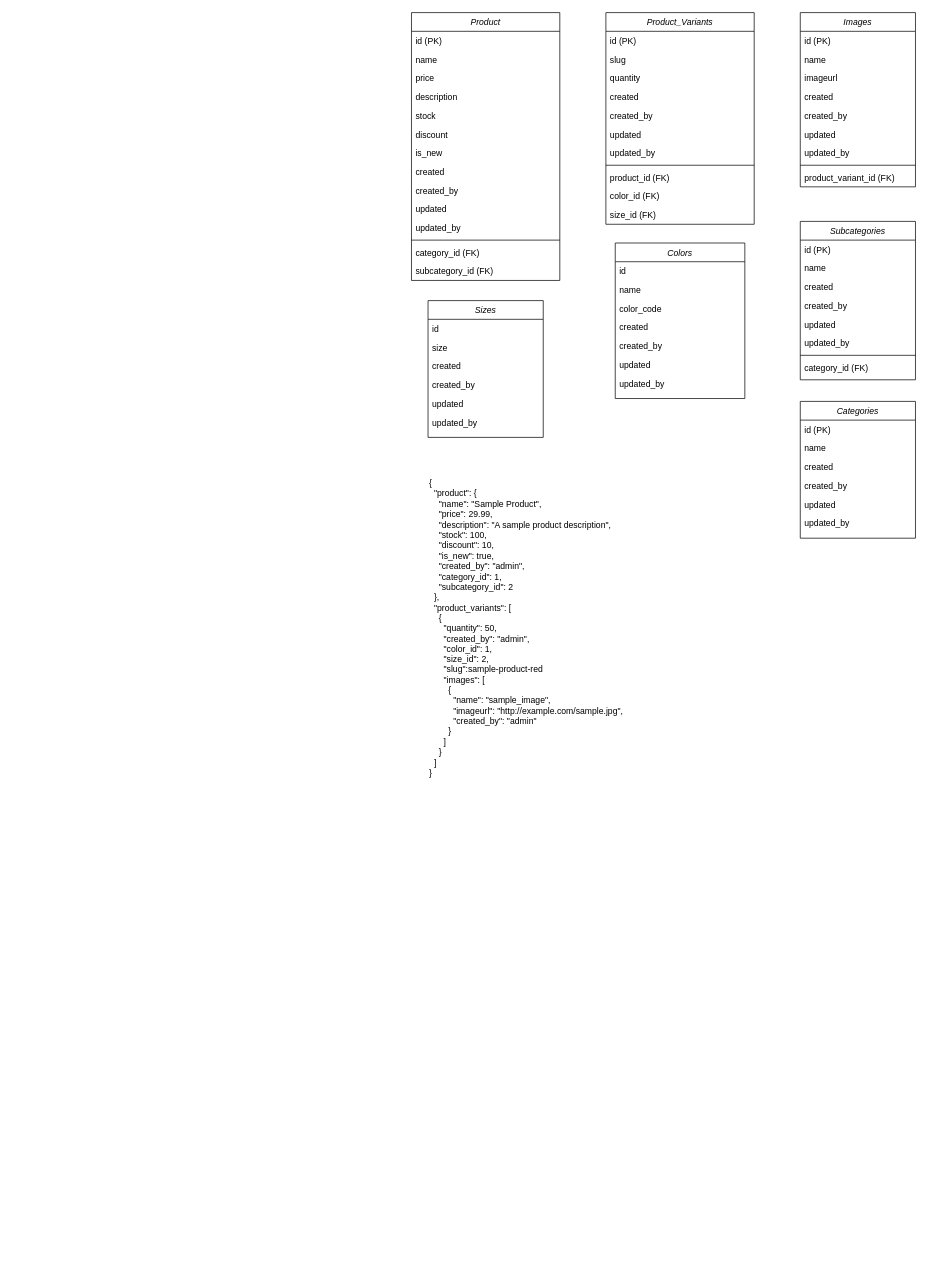
Above: page "Product Entity Diagram" (1 of 3) of winniesDB-entitydia.drawio in Aung200/winniesgbF (draw.io), before the change. Source tidied: cells renumbered, new cells numbered last; positions are measured from the earlier drawing's top-left corner, leaving out a move shared by most shapes. Both pictures are drawn from the tidied source at 72%, with x=0, y=0 at pixel (411, 12).
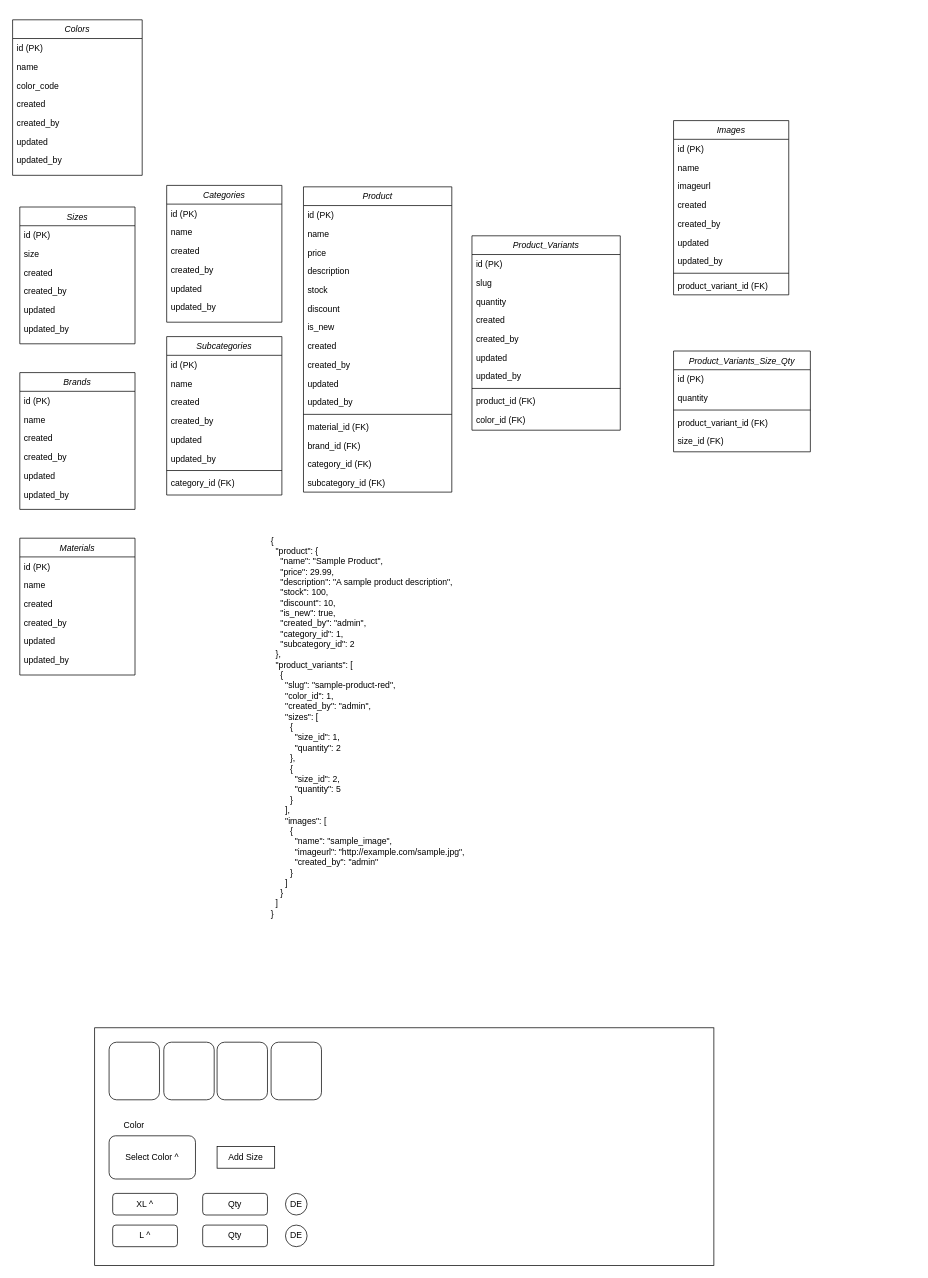
The same diagram, later.

What changed in the source:
```diff
@@
     <mxCell id="2" value="Product" style="swimlane;fontStyle=2;align=center;verticalAlign=top;horizontal=1;startSize=26;rounded=0;shadow=0;strokeWidth=1;" parent="1" vertex="1">
-      <mxGeometry width="206" height="372" as="geometry" />
+      <mxGeometry x="-150" y="242" width="206" height="424" as="geometry" />
     </mxCell>
@@
+    <mxCell id="71" value="material_id (FK)" style="text;align=left;verticalAlign=top;spacingLeft=4;spacingRight=4;overflow=hidden;rounded=0;shadow=0;html=0;" parent="2" vertex="1">
+      <mxGeometry y="320" width="206" height="26" as="geometry" />
+    </mxCell>
+    <mxCell id="72" value="brand_id (FK)" style="text;align=left;verticalAlign=top;spacingLeft=4;spacingRight=4;overflow=hidden;rounded=0;shadow=0;html=0;" parent="2" vertex="1">
+      <mxGeometry y="346" width="206" height="26" as="geometry" />
+    </mxCell>
     <mxCell id="15" value="category_id (FK)" style="text;align=left;verticalAlign=top;spacingLeft=4;spacingRight=4;overflow=hidden;" parent="2" vertex="1">
-      <mxGeometry y="320" width="206" height="26" as="geometry" />
+      <mxGeometry y="372" width="206" height="26" as="geometry" />
     </mxCell>
     <mxCell id="16" value="subcategory_id (FK)" style="text;align=left;verticalAlign=top;spacingLeft=4;spacingRight=4;overflow=hidden;" parent="2" vertex="1">
-      <mxGeometry y="346" width="206" height="26" as="geometry" />
+      <mxGeometry y="398" width="206" height="26" as="geometry" />
     </mxCell>
     <mxCell id="17" value="Images" style="swimlane;fontStyle=2;align=center;verticalAlign=top;horizontal=1;startSize=26;rounded=0;shadow=0;strokeWidth=1;" parent="1" vertex="1">
-      <mxGeometry x="540" width="160" height="242" as="geometry" />
+      <mxGeometry x="364" y="150" width="160" height="242" as="geometry" />
     </mxCell>
@@
     <mxCell id="27" value="Sizes" style="swimlane;fontStyle=2;align=center;verticalAlign=top;horizontal=1;startSize=26;rounded=0;shadow=0;strokeWidth=1;" parent="1" vertex="1">
-      <mxGeometry x="23" y="400" width="160" height="190" as="geometry" />
+      <mxGeometry x="-544" y="270" width="160" height="190" as="geometry" />
     </mxCell>
-    <mxCell id="28" value="id" style="text;align=left;verticalAlign=top;spacingLeft=4;spacingRight=4;overflow=hidden;" parent="27" vertex="1">
+    <mxCell id="28" value="id (PK)" style="text;align=left;verticalAlign=top;spacingLeft=4;spacingRight=4;overflow=hidden;" parent="27" vertex="1">
       <mxGeometry y="26" width="160" height="26" as="geometry" />
     </mxCell>
@@
     <mxCell id="34" value="Colors" style="swimlane;fontStyle=2;align=center;verticalAlign=top;horizontal=1;startSize=26;rounded=0;shadow=0;strokeWidth=1;" parent="1" vertex="1">
-      <mxGeometry x="283" y="320" width="180" height="216" as="geometry" />
+      <mxGeometry x="-554" y="10" width="180" height="216" as="geometry" />
     </mxCell>
-    <mxCell id="35" value="id" style="text;align=left;verticalAlign=top;spacingLeft=4;spacingRight=4;overflow=hidden;" parent="34" vertex="1">
+    <mxCell id="35" value="id (PK)" style="text;align=left;verticalAlign=top;spacingLeft=4;spacingRight=4;overflow=hidden;" parent="34" vertex="1">
       <mxGeometry y="26" width="180" height="26" as="geometry" />
     </mxCell>
@@
     <mxCell id="42" value="Categories" style="swimlane;fontStyle=2;align=center;verticalAlign=top;horizontal=1;startSize=26;rounded=0;shadow=0;strokeWidth=1;" parent="1" vertex="1">
-      <mxGeometry x="540" y="540" width="160" height="190" as="geometry" />
+      <mxGeometry x="-340" y="240" width="160" height="190" as="geometry" />
     </mxCell>
@@
     <mxCell id="49" value="Subcategories" style="swimlane;fontStyle=2;align=center;verticalAlign=top;horizontal=1;startSize=26;rounded=0;shadow=0;strokeWidth=1;" parent="1" vertex="1">
-      <mxGeometry x="540" y="290" width="160" height="220" as="geometry" />
+      <mxGeometry x="-340" y="450" width="160" height="220" as="geometry" />
     </mxCell>
@@
     <mxCell id="58" value="Product_Variants" style="swimlane;fontStyle=2;align=center;verticalAlign=top;horizontal=1;startSize=26;rounded=0;shadow=0;strokeWidth=1;" parent="1" vertex="1">
-      <mxGeometry x="270" width="206" height="294" as="geometry" />
+      <mxGeometry x="84" y="310" width="206" height="270" as="geometry" />
     </mxCell>
@@
+    <mxCell id="73" value="Brands" style="swimlane;fontStyle=2;align=center;verticalAlign=top;horizontal=1;startSize=26;rounded=0;shadow=0;strokeWidth=1;" parent="1" vertex="1">
+      <mxGeometry x="-544" y="500" width="160" height="190" as="geometry" />
+    </mxCell>
+    <mxCell id="74" value="id (PK)" style="text;align=left;verticalAlign=top;spacingLeft=4;spacingRight=4;overflow=hidden;" parent="73" vertex="1">
+      <mxGeometry y="26" width="160" height="26" as="geometry" />
+    </mxCell>
+    <mxCell id="75" value="name" style="text;align=left;verticalAlign=top;spacingLeft=4;spacingRight=4;overflow=hidden;rounded=0;shadow=0;html=0;" parent="73" vertex="1">
+      <mxGeometry y="52" width="160" height="26" as="geometry" />
+    </mxCell>
+    <mxCell id="76" value="created" style="text;align=left;verticalAlign=top;spacingLeft=4;spacingRight=4;overflow=hidden;rounded=0;shadow=0;html=0;" parent="73" vertex="1">
+      <mxGeometry y="78" width="160" height="26" as="geometry" />
+    </mxCell>
+    <mxCell id="77" value="created_by" style="text;align=left;verticalAlign=top;spacingLeft=4;spacingRight=4;overflow=hidden;rounded=0;shadow=0;html=0;" parent="73" vertex="1">
+      <mxGeometry y="104" width="160" height="26" as="geometry" />
+    </mxCell>
+    <mxCell id="78" value="updated" style="text;align=left;verticalAlign=top;spacingLeft=4;spacingRight=4;overflow=hidden;rounded=0;shadow=0;html=0;" parent="73" vertex="1">
+      <mxGeometry y="130" width="160" height="26" as="geometry" />
+    </mxCell>
+    <mxCell id="79" value="updated_by" style="text;align=left;verticalAlign=top;spacingLeft=4;spacingRight=4;overflow=hidden;rounded=0;shadow=0;html=0;" parent="73" vertex="1">
+      <mxGeometry y="156" width="160" height="26" as="geometry" />
+    </mxCell>
+    <mxCell id="80" value="Materials" style="swimlane;fontStyle=2;align=center;verticalAlign=top;horizontal=1;startSize=26;rounded=0;shadow=0;strokeWidth=1;" parent="1" vertex="1">
+      <mxGeometry x="-544" y="730" width="160" height="190" as="geometry" />
+    </mxCell>
+    <mxCell id="81" value="id (PK)" style="text;align=left;verticalAlign=top;spacingLeft=4;spacingRight=4;overflow=hidden;" parent="80" vertex="1">
+      <mxGeometry y="26" width="160" height="26" as="geometry" />
+    </mxCell>
+    <mxCell id="82" value="name" style="text;align=left;verticalAlign=top;spacingLeft=4;spacingRight=4;overflow=hidden;rounded=0;shadow=0;html=0;" parent="80" vertex="1">
+      <mxGeometry y="52" width="160" height="26" as="geometry" />
+    </mxCell>
+    <mxCell id="83" value="created" style="text;align=left;verticalAlign=top;spacingLeft=4;spacingRight=4;overflow=hidden;rounded=0;shadow=0;html=0;" parent="80" vertex="1">
+      <mxGeometry y="78" width="160" height="26" as="geometry" />
+    </mxCell>
+    <mxCell id="84" value="created_by" style="text;align=left;verticalAlign=top;spacingLeft=4;spacingRight=4;overflow=hidden;rounded=0;shadow=0;html=0;" parent="80" vertex="1">
+      <mxGeometry y="104" width="160" height="26" as="geometry" />
+    </mxCell>
+    <mxCell id="85" value="updated" style="text;align=left;verticalAlign=top;spacingLeft=4;spacingRight=4;overflow=hidden;rounded=0;shadow=0;html=0;" parent="80" vertex="1">
+      <mxGeometry y="130" width="160" height="26" as="geometry" />
+    </mxCell>
+    <mxCell id="86" value="updated_by" style="text;align=left;verticalAlign=top;spacingLeft=4;spacingRight=4;overflow=hidden;rounded=0;shadow=0;html=0;" parent="80" vertex="1">
+      <mxGeometry y="156" width="160" height="26" as="geometry" />
+    </mxCell>
+    <mxCell id="87" value="Product_Variants_Size_Qty" style="swimlane;fontStyle=2;align=center;verticalAlign=top;horizontal=1;startSize=26;rounded=0;shadow=0;strokeWidth=1;" parent="1" vertex="1">
+      <mxGeometry x="364" y="470" width="190" height="140" as="geometry" />
+    </mxCell>
+    <mxCell id="88" value="id (PK)" style="text;align=left;verticalAlign=top;spacingLeft=4;spacingRight=4;overflow=hidden;" parent="87" vertex="1">
+      <mxGeometry y="26" width="190" height="26" as="geometry" />
+    </mxCell>
+    <mxCell id="89" value="quantity" style="text;align=left;verticalAlign=top;spacingLeft=4;spacingRight=4;overflow=hidden;rounded=0;shadow=0;html=0;" parent="87" vertex="1">
+      <mxGeometry y="52" width="190" height="26" as="geometry" />
+    </mxCell>
+    <mxCell id="90" style="line;html=1;strokeWidth=1;align=left;verticalAlign=middle;spacingTop=-1;spacingLeft=3;spacingRight=3;labelPosition=right;" parent="87" vertex="1">
+      <mxGeometry y="78" width="190" height="8" as="geometry" />
+    </mxCell>
+    <mxCell id="91" value="product_variant_id (FK)" style="text;align=left;verticalAlign=top;spacingLeft=4;spacingRight=4;overflow=hidden;" parent="87" vertex="1">
+      <mxGeometry y="86" width="190" height="26" as="geometry" />
+    </mxCell>
-    <mxCell id="69" value="size_id (FK)" style="text;align=left;verticalAlign=top;spacingLeft=4;spacingRight=4;overflow=hidden;" parent="58" vertex="1">
-      <mxGeometry y="268" width="206" height="26" as="geometry" />
+    <mxCell id="69" value="size_id (FK)" style="text;align=left;verticalAlign=top;spacingLeft=4;spacingRight=4;overflow=hidden;" parent="87" vertex="1">
+      <mxGeometry y="112" width="190" height="26" as="geometry" />
     </mxCell>
-    <mxCell id="70" value="&lt;span&gt;&lt;div class=&quot;scriptor-paragraph&quot;&gt;&lt;span&gt;{&lt;/span&gt;&lt;/div&gt;&lt;div class=&quot;scriptor-paragraph&quot;&gt;&lt;span&gt;&amp;nbsp; &lt;/span&gt;&lt;span&gt;&quot;product&quot;&lt;/span&gt;&lt;span&gt;:&lt;/span&gt;&lt;span&gt; &lt;/span&gt;&lt;span&gt;{&lt;/span&gt;&lt;/div&gt;&lt;div class=&quot;scriptor-paragraph&quot;&gt;&lt;span&gt;&amp;nbsp;&amp;nbsp;&amp;nbsp; &lt;/span&gt;&lt;span&gt;&quot;name&quot;&lt;/span&gt;&lt;span&gt;:&lt;/span&gt;&lt;span&gt; &lt;/span&gt;&lt;span&gt;&quot;Sample Product&quot;&lt;/span&gt;&lt;span&gt;,&lt;/span&gt;&lt;/div&gt;&lt;div class=&quot;scriptor-paragraph&quot;&gt;&lt;span&gt;&amp;nbsp;&amp;nbsp;&amp;nbsp; &lt;/span&gt;&lt;span&gt;&quot;price&quot;&lt;/span&gt;&lt;span&gt;:&lt;/span&gt;&lt;span&gt; &lt;/span&gt;&lt;span&gt;29.99&lt;/span&gt;&lt;span&gt;,&lt;/span&gt;&lt;/div&gt;&lt;div class=&quot;scriptor-paragraph&quot;&gt;&lt;span&gt;&amp;nbsp;&amp;nbsp;&amp;nbsp; &lt;/span&gt;&lt;span&gt;&quot;description&quot;&lt;/span&gt;&lt;span&gt;:&lt;/span&gt;&lt;span&gt; &lt;/span&gt;&lt;span&gt;&quot;A sample product description&quot;&lt;/span&gt;&lt;span&gt;,&lt;/span&gt;&lt;/div&gt;&lt;div class=&quot;scriptor-paragraph&quot;&gt;&lt;span&gt;&amp;nbsp;&amp;nbsp;&amp;nbsp; &lt;/span&gt;&lt;span&gt;&quot;stock&quot;&lt;/span&gt;&lt;span&gt;:&lt;/span&gt;&lt;span&gt; &lt;/span&gt;&lt;span&gt;100&lt;/span&gt;&lt;span&gt;,&lt;/span&gt;&lt;/div&gt;&lt;div class=&quot;scriptor-paragraph&quot;&gt;&lt;span&gt;&amp;nbsp;&amp;nbsp;&amp;nbsp; &lt;/span&gt;&lt;span&gt;&quot;discount&quot;&lt;/span&gt;&lt;span&gt;:&lt;/span&gt;&lt;span&gt; &lt;/span&gt;&lt;span&gt;10&lt;/span&gt;&lt;span&gt;,&lt;/span&gt;&lt;/div&gt;&lt;div class=&quot;scriptor-paragraph&quot;&gt;&lt;span&gt;&amp;nbsp;&amp;nbsp;&amp;nbsp; &lt;/span&gt;&lt;span&gt;&quot;is_new&quot;&lt;/span&gt;&lt;span&gt;:&lt;/span&gt;&lt;span&gt; &lt;/span&gt;&lt;span&gt;true&lt;/span&gt;&lt;span&gt;,&lt;/span&gt;&lt;/div&gt;&lt;div class=&quot;scriptor-paragraph&quot;&gt;&lt;span&gt;&amp;nbsp;&amp;nbsp;&amp;nbsp; &lt;/span&gt;&lt;span&gt;&quot;created_by&quot;&lt;/span&gt;&lt;span&gt;:&lt;/span&gt;&lt;span&gt; &lt;/span&gt;&lt;span&gt;&quot;admin&quot;&lt;/span&gt;&lt;span&gt;,&lt;/span&gt;&lt;/div&gt;&lt;div class=&quot;scriptor-paragraph&quot;&gt;&lt;span&gt;&amp;nbsp;&amp;nbsp;&amp;nbsp; &lt;/span&gt;&lt;span&gt;&quot;category_id&quot;&lt;/span&gt;&lt;span&gt;:&lt;/span&gt;&lt;span&gt; &lt;/span&gt;&lt;span&gt;1&lt;/span&gt;&lt;span&gt;,&lt;/span&gt;&lt;/div&gt;&lt;div class=&quot;scriptor-paragraph&quot;&gt;&lt;span&gt;&amp;nbsp;&amp;nbsp;&amp;nbsp; &lt;/span&gt;&lt;span&gt;&quot;subcategory_id&quot;&lt;/span&gt;&lt;span&gt;:&lt;/span&gt;&lt;span&gt; &lt;/span&gt;&lt;span&gt;2&lt;/span&gt;&lt;/div&gt;&lt;div class=&quot;scriptor-paragraph&quot;&gt;&lt;span&gt;&amp;nbsp; &lt;/span&gt;&lt;span&gt;}&lt;/span&gt;&lt;span&gt;,&lt;/span&gt;&lt;/div&gt;&lt;div class=&quot;scriptor-paragraph&quot;&gt;&lt;span&gt;&amp;nbsp; &lt;/span&gt;&lt;span&gt;&quot;product_variants&quot;&lt;/span&gt;&lt;span&gt;:&lt;/span&gt;&lt;span&gt; &lt;/span&gt;&lt;span&gt;[&lt;/span&gt;&lt;/div&gt;&lt;div class=&quot;scriptor-paragraph&quot;&gt;&lt;span&gt;&amp;nbsp;&amp;nbsp;&amp;nbsp; &lt;/span&gt;&lt;span&gt;{&lt;/span&gt;&lt;/div&gt;&lt;div class=&quot;scriptor-paragraph&quot;&gt;&lt;span&gt;&amp;nbsp;&amp;nbsp;&amp;nbsp;&amp;nbsp;&amp;nbsp; &lt;/span&gt;&lt;span&gt;&quot;quantity&quot;&lt;/span&gt;&lt;span&gt;:&lt;/span&gt;&lt;span&gt; &lt;/span&gt;&lt;span&gt;50&lt;/span&gt;&lt;span&gt;,&lt;/span&gt;&lt;/div&gt;&lt;div class=&quot;scriptor-paragraph&quot;&gt;&lt;span&gt;&amp;nbsp;&amp;nbsp;&amp;nbsp;&amp;nbsp;&amp;nbsp; &lt;/span&gt;&lt;span&gt;&quot;created_by&quot;&lt;/span&gt;&lt;span&gt;:&lt;/span&gt;&lt;span&gt; &lt;/span&gt;&lt;span&gt;&quot;admin&quot;,&lt;/span&gt;&lt;/div&gt;&lt;div class=&quot;scriptor-paragraph&quot;&gt;&lt;span&gt;&amp;nbsp;&amp;nbsp;&amp;nbsp;&amp;nbsp;&amp;nbsp; &lt;/span&gt;&lt;span&gt;&quot;color_id&quot;&lt;/span&gt;&lt;span&gt;:&lt;/span&gt;&lt;span&gt; &lt;/span&gt;&lt;span&gt;1&lt;/span&gt;&lt;span&gt;,&lt;/span&gt;&lt;/div&gt;&lt;div class=&quot;scriptor-paragraph&quot;&gt;&lt;span&gt;&amp;nbsp;&amp;nbsp;&amp;nbsp;&amp;nbsp;&amp;nbsp; &lt;/span&gt;&lt;span&gt;&quot;size_id&quot;&lt;/span&gt;&lt;span&gt;:&lt;/span&gt;&lt;span&gt; &lt;/span&gt;&lt;span&gt;2&lt;/span&gt;&lt;span&gt;,&lt;/span&gt;&lt;/div&gt;&lt;div class=&quot;scriptor-paragraph&quot;&gt;&lt;span&gt;&amp;nbsp; &amp;nbsp; &amp;nbsp; &quot;slug&quot;:sample-product-red&lt;/span&gt;&lt;/div&gt;&lt;div class=&quot;scriptor-paragraph&quot;&gt;&lt;span&gt;&amp;nbsp;&amp;nbsp;&amp;nbsp;&amp;nbsp;&amp;nbsp; &lt;/span&gt;&lt;span&gt;&quot;images&quot;&lt;/span&gt;&lt;span&gt;:&lt;/span&gt;&lt;span&gt; &lt;/span&gt;&lt;span&gt;[&lt;/span&gt;&lt;/div&gt;&lt;div class=&quot;scriptor-paragraph&quot;&gt;&lt;span&gt;&amp;nbsp;&amp;nbsp;&amp;nbsp;&amp;nbsp;&amp;nbsp;&amp;nbsp;&amp;nbsp; &lt;/span&gt;&lt;span&gt;{&lt;/span&gt;&lt;/div&gt;&lt;div class=&quot;scriptor-paragraph&quot;&gt;&lt;span&gt;&amp;nbsp;&amp;nbsp;&amp;nbsp;&amp;nbsp;&amp;nbsp;&amp;nbsp;&amp;nbsp;&amp;nbsp;&amp;nbsp; &lt;/span&gt;&lt;span&gt;&quot;name&quot;&lt;/span&gt;&lt;span&gt;:&lt;/span&gt;&lt;span&gt; &lt;/span&gt;&lt;span&gt;&quot;sample_image&quot;&lt;/span&gt;&lt;span&gt;,&lt;/span&gt;&lt;/div&gt;&lt;div class=&quot;scriptor-paragraph&quot;&gt;&lt;span&gt;&amp;nbsp;&amp;nbsp;&amp;nbsp;&amp;nbsp;&amp;nbsp;&amp;nbsp;&amp;nbsp;&amp;nbsp;&amp;nbsp; &lt;/span&gt;&lt;span&gt;&quot;imageurl&quot;&lt;/span&gt;&lt;span&gt;:&lt;/span&gt;&lt;span&gt; &lt;/span&gt;&lt;span&gt;&quot;http://example.com/sample.jpg&quot;&lt;/span&gt;&lt;span&gt;,&lt;/span&gt;&lt;/div&gt;&lt;div class=&quot;scriptor-paragraph&quot;&gt;&lt;span&gt;&amp;nbsp;&amp;nbsp;&amp;nbsp;&amp;nbsp;&amp;nbsp;&amp;nbsp;&amp;nbsp;&amp;nbsp;&amp;nbsp; &lt;/span&gt;&lt;span&gt;&quot;created_by&quot;&lt;/span&gt;&lt;span&gt;:&lt;/span&gt;&lt;span&gt; &lt;/span&gt;&lt;span&gt;&quot;admin&quot;&lt;/span&gt;&lt;/div&gt;&lt;div class=&quot;scriptor-paragraph&quot;&gt;&lt;span&gt;&amp;nbsp;&amp;nbsp;&amp;nbsp;&amp;nbsp;&amp;nbsp;&amp;nbsp;&amp;nbsp; &lt;/span&gt;&lt;span&gt;}&lt;/span&gt;&lt;/div&gt;&lt;div class=&quot;scriptor-paragraph&quot;&gt;&lt;span&gt;&amp;nbsp;&amp;nbsp;&amp;nbsp;&amp;nbsp;&amp;nbsp; &lt;/span&gt;&lt;span&gt;]&lt;/span&gt;&lt;/div&gt;&lt;div class=&quot;scriptor-paragraph&quot;&gt;&lt;span&gt;&amp;nbsp;&amp;nbsp;&amp;nbsp; &lt;/span&gt;&lt;span&gt;}&lt;/span&gt;&lt;/div&gt;&lt;div class=&quot;scriptor-paragraph&quot;&gt;&lt;span&gt;&amp;nbsp; &lt;/span&gt;&lt;span&gt;]&lt;/span&gt;&lt;/div&gt;&lt;div class=&quot;scriptor-paragraph&quot;&gt;&lt;span&gt;}&lt;/span&gt;&lt;/div&gt;&lt;/span&gt;" style="text;whiteSpace=wrap;html=1;" parent="1" vertex="1">
-      <mxGeometry x="23" y="640" width="300" height="430" as="geometry" />
-    </mxCell>
+    <mxCell id="92" value="{&#10;  &quot;product&quot;: {&#10;    &quot;name&quot;: &quot;Sample Product&quot;,&#10;    &quot;price&quot;: 29.99,&#10;    &quot;description&quot;: &quot;A sample product description&quot;,&#10;    &quot;stock&quot;: 100,&#10;    &quot;discount&quot;: 10,&#10;    &quot;is_new&quot;: true,&#10;    &quot;created_by&quot;: &quot;admin&quot;,&#10;    &quot;category_id&quot;: 1,&#10;    &quot;subcategory_id&quot;: 2&#10;  },&#10;  &quot;product_variants&quot;: [&#10;    {&#10;      &quot;slug&quot;: &quot;sample-product-red&quot;,&#10;      &quot;color_id&quot;: 1,&#10;      &quot;created_by&quot;: &quot;admin&quot;,&#10;      &quot;sizes&quot;: [&#10;        {&#10;          &quot;size_id&quot;: 1,&#10;          &quot;quantity&quot;: 2&#10;        },&#10;        {&#10;          &quot;size_id&quot;: 2,&#10;          &quot;quantity&quot;: 5&#10;        }&#10;      ],&#10;      &quot;images&quot;: [&#10;        {&#10;          &quot;name&quot;: &quot;sample_image&quot;,&#10;          &quot;imageurl&quot;: &quot;http://example.com/sample.jpg&quot;,&#10;          &quot;created_by&quot;: &quot;admin&quot;&#10;        }&#10;      ]&#10;    }&#10;  ]&#10;}" style="text;whiteSpace=wrap;" parent="1" vertex="1">
+      <mxGeometry x="-197" y="720" width="300" height="560" as="geometry" />
+    </mxCell>
+    <mxCell id="93" style="rounded=0;whiteSpace=wrap;html=1;" parent="1" vertex="1">
+      <mxGeometry x="-440" y="1410" width="860" height="330" as="geometry" />
+    </mxCell>
+    <mxCell id="94" value="Select Color ^" style="rounded=1;whiteSpace=wrap;html=1;" parent="1" vertex="1">
+      <mxGeometry x="-420" y="1560" width="120" height="60" as="geometry" />
+    </mxCell>
+    <mxCell id="95" value="Color" style="text;html=1;align=center;verticalAlign=middle;whiteSpace=wrap;rounded=0;" parent="1" vertex="1">
+      <mxGeometry x="-415" y="1530" width="60" height="30" as="geometry" />
+    </mxCell>
+    <mxCell id="96" style="rounded=1;whiteSpace=wrap;html=1;" parent="1" vertex="1">
+      <mxGeometry x="-420" y="1430" width="70" height="80" as="geometry" />
+    </mxCell>
+    <mxCell id="97" style="rounded=1;whiteSpace=wrap;html=1;" parent="1" vertex="1">
+      <mxGeometry x="-344" y="1430" width="70" height="80" as="geometry" />
+    </mxCell>
+    <mxCell id="98" style="rounded=1;whiteSpace=wrap;html=1;" parent="1" vertex="1">
+      <mxGeometry x="-270" y="1430" width="70" height="80" as="geometry" />
+    </mxCell>
+    <mxCell id="99" style="rounded=1;whiteSpace=wrap;html=1;" parent="1" vertex="1">
+      <mxGeometry x="-195" y="1430" width="70" height="80" as="geometry" />
+    </mxCell>
+    <mxCell id="100" value="Add Size" style="rounded=0;whiteSpace=wrap;html=1;" parent="1" vertex="1">
+      <mxGeometry x="-270" y="1575" width="80" height="30" as="geometry" />
+    </mxCell>
+    <mxCell id="101" value="Qty" style="rounded=1;whiteSpace=wrap;html=1;" parent="1" vertex="1">
+      <mxGeometry x="-290" y="1640" width="90" height="30" as="geometry" />
+    </mxCell>
+    <mxCell id="102" value="Qty" style="rounded=1;whiteSpace=wrap;html=1;" parent="1" vertex="1">
+      <mxGeometry x="-290" y="1684" width="90" height="30" as="geometry" />
+    </mxCell>
+    <mxCell id="103" value="L ^" style="rounded=1;whiteSpace=wrap;html=1;" parent="1" vertex="1">
+      <mxGeometry x="-415" y="1684" width="90" height="30" as="geometry" />
+    </mxCell>
+    <mxCell id="104" value="XL ^" style="rounded=1;whiteSpace=wrap;html=1;" parent="1" vertex="1">
+      <mxGeometry x="-415" y="1640" width="90" height="30" as="geometry" />
+    </mxCell>
+    <mxCell id="105" value="DE" style="ellipse;whiteSpace=wrap;html=1;" parent="1" vertex="1">
+      <mxGeometry x="-175" y="1640" width="30" height="30" as="geometry" />
+    </mxCell>
+    <mxCell id="106" value="DE" style="ellipse;whiteSpace=wrap;html=1;" parent="1" vertex="1">
+      <mxGeometry x="-175" y="1684" width="30" height="30" as="geometry" />
+    </mxCell>
```
